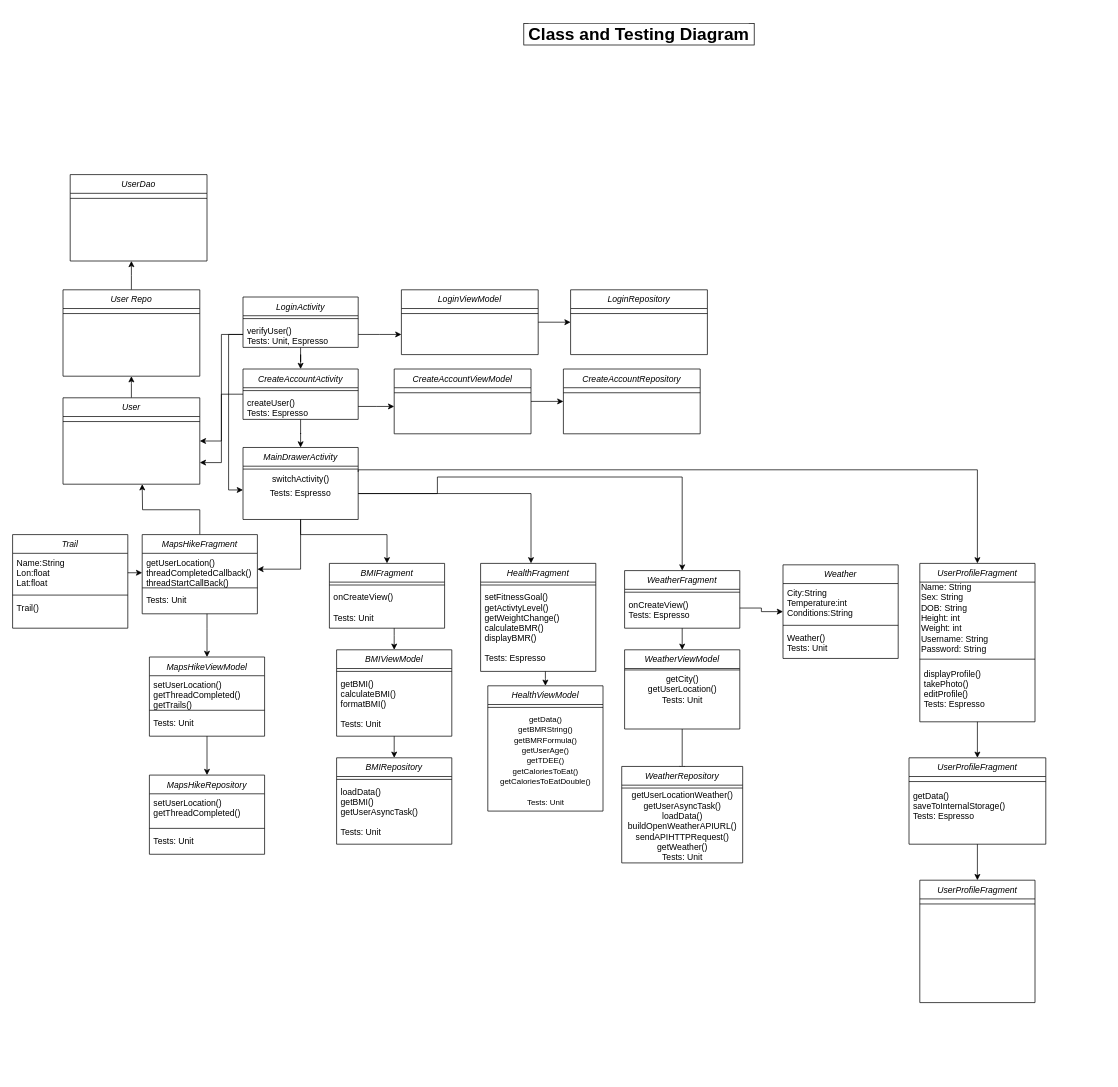
Earlier version of the draw.io diagram page "Page-1" (1 of 2) of ClassDiagrams/ClassDiagramProject1.drawio (austincunliffe/AustinEvanWill). Source tidied: cells renumbered, new cells numbered last; positions are measured from the earlier drawing's top-left corner, leaving out a move shared by most shapes. Both pictures are drawn from the tidied source at 72%, with x=0, y=0 at pixel (12, 23).
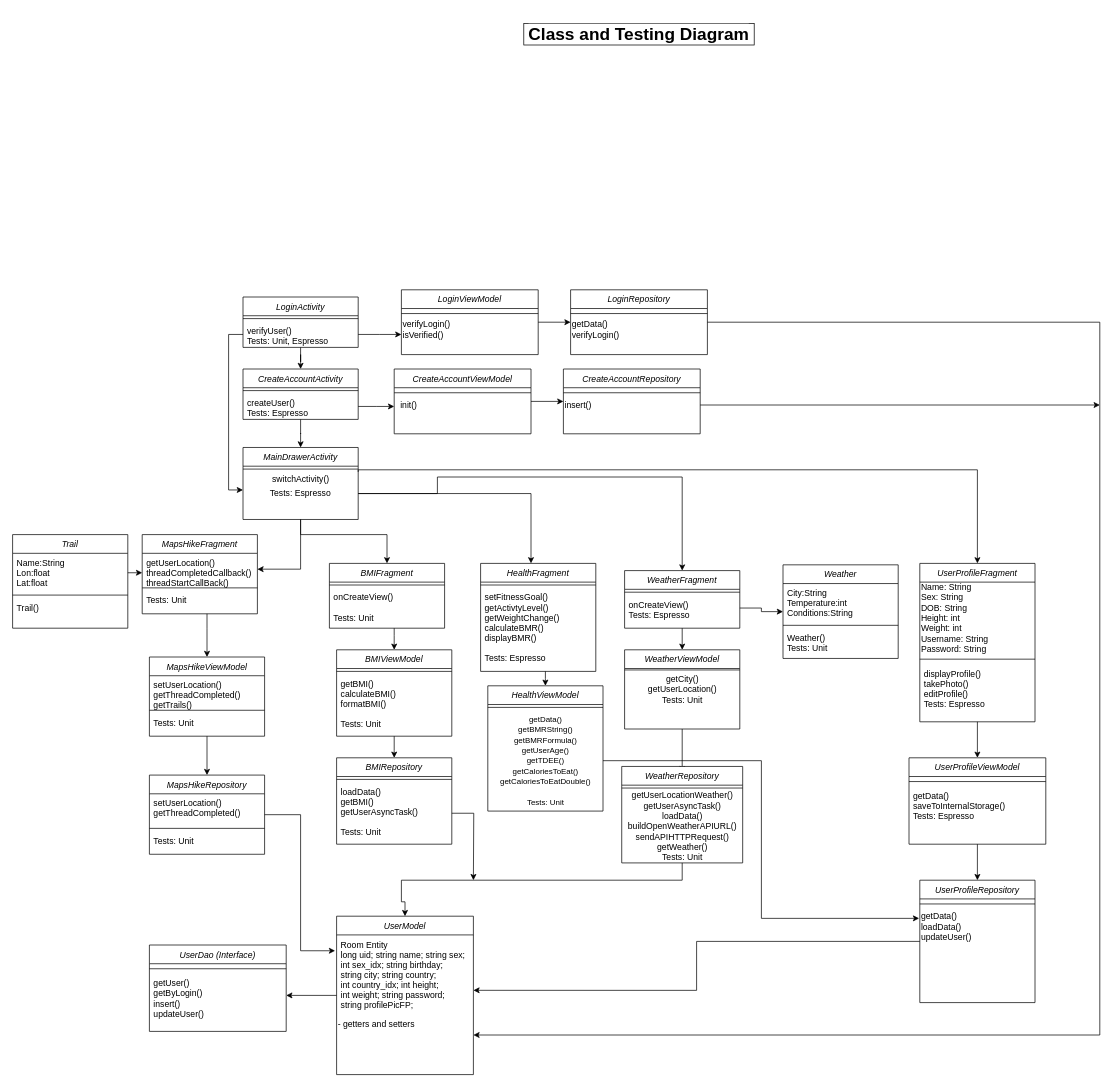
The same diagram, later.

Unchanged cells that the change refers to:
```xml
<mxCell id="18" value="verifyUser()&#10;Tests: Unit, Espresso" style="text;align=left;verticalAlign=top;spacingLeft=4;spacingRight=4;overflow=hidden;points=[[0,0.5],[1,0.5]];portConstraint=eastwest;" parent="16" vertex="1">
  <mxGeometry y="34" width="160" height="36" as="geometry" />
</mxCell>
<mxCell id="20" value="CreateAccountActivity" style="swimlane;fontStyle=2;align=center;verticalAlign=top;horizontal=1;startSize=26;rounded=0;shadow=0;strokeWidth=1;" parent="1" vertex="1">
  <mxGeometry x="320" y="480" width="160" height="70" as="geometry" />
</mxCell>
<mxCell id="28" value="MapsHikeFragment" style="swimlane;fontStyle=2;align=center;verticalAlign=top;horizontal=1;startSize=26;rounded=0;shadow=0;strokeWidth=1;" parent="1" vertex="1">
  <mxGeometry x="180" y="710" width="160" height="110" as="geometry" />
</mxCell>
<mxCell id="32" value="MapsHikeRepository" style="swimlane;fontStyle=2;align=center;verticalAlign=top;horizontal=1;startSize=26;rounded=0;shadow=0;strokeWidth=1;" parent="1" vertex="1">
  <mxGeometry x="190" y="1044" width="160" height="110" as="geometry" />
</mxCell>
<mxCell id="41" value="loadData()&#10;getBMI()&#10;getUserAsyncTask()&#10;&#10;Tests: Unit" style="text;align=left;verticalAlign=top;spacingLeft=4;spacingRight=4;overflow=hidden;points=[[0,0.5],[1,0.5]];portConstraint=eastwest;" parent="39" vertex="1">
  <mxGeometry y="34" width="160" height="86" as="geometry" />
</mxCell>
<mxCell id="68" value="getUserLocationWeather()&lt;br&gt;getUserAsyncTask()&lt;br&gt;loadData()&lt;br&gt;buildOpenWeatherAPIURL()&lt;br&gt;sendAPIHTTPRequest()&lt;br&gt;getWeather()&lt;br&gt;Tests: Unit&lt;br&gt;" style="text;html=1;align=center;verticalAlign=middle;points=[];" parent="66" vertex="1">
  <mxGeometry y="34" width="168" height="100" as="geometry" />
</mxCell>
<mxCell id="87" value="LoginViewModel" style="swimlane;fontStyle=2;align=center;verticalAlign=top;horizontal=1;startSize=26;rounded=0;shadow=0;strokeWidth=1;" parent="1" vertex="1">
  <mxGeometry x="540" y="370" width="190" height="90" as="geometry" />
</mxCell>
<mxCell id="89" value="LoginRepository" style="swimlane;fontStyle=2;align=center;verticalAlign=top;horizontal=1;startSize=26;rounded=0;shadow=0;strokeWidth=1;" parent="1" vertex="1">
  <mxGeometry x="775" y="370" width="190" height="90" as="geometry" />
</mxCell>
<mxCell id="94" value="CreateAccountRepository" style="swimlane;fontStyle=2;align=center;verticalAlign=top;horizontal=1;startSize=26;rounded=0;shadow=0;strokeWidth=1;" parent="1" vertex="1">
  <mxGeometry x="765" y="480" width="190" height="90" as="geometry" />
</mxCell>
<mxCell id="107" value="&lt;font style=&quot;font-size: 11px&quot;&gt;&lt;span style=&quot;text-align: left&quot;&gt;getData()&lt;/span&gt;&lt;br style=&quot;padding: 0px ; margin: 0px ; text-align: left&quot;&gt;&lt;span style=&quot;text-align: left&quot;&gt;getBMRString()&lt;/span&gt;&lt;br style=&quot;padding: 0px ; margin: 0px ; text-align: left&quot;&gt;&lt;span style=&quot;text-align: left&quot;&gt;getBMRFormula()&lt;br&gt;&lt;/span&gt;getUserAge()&lt;br&gt;getTDEE()&lt;br&gt;getCaloriesToEat()&lt;br&gt;getCaloriesToEatDouble()&lt;br style=&quot;padding: 0px ; margin: 0px ; text-align: left&quot;&gt;&lt;br style=&quot;padding: 0px ; margin: 0px ; text-align: left&quot;&gt;&lt;span style=&quot;text-align: left&quot;&gt;Tests: Unit&lt;/span&gt;&lt;/font&gt;" style="text;html=1;align=center;verticalAlign=middle;points=[];" parent="105" vertex="1">
  <mxGeometry y="34" width="160" height="140" as="geometry" />
</mxCell>
```

The edit, as a diff of the source:
```diff
@@
-    <mxCell id="19" style="edgeStyle=orthogonalEdgeStyle;rounded=0;jettySize=auto;html=1;entryX=1;entryY=0.75;entryDx=0;entryDy=0;" parent="1" edge="1" source="20" target="58">
-      <mxGeometry relative="1" as="geometry" />
-    </mxCell>
@@
-    <mxCell id="27" style="edgeStyle=orthogonalEdgeStyle;rounded=0;jettySize=auto;html=1;" parent="1" edge="1" source="28">
-      <mxGeometry relative="1" as="geometry">
-        <mxPoint x="180" y="640" as="targetPoint" />
-      </mxGeometry>
-    </mxCell>
@@
+    <mxCell id="108" style="edgeStyle=orthogonalEdgeStyle;rounded=0;jettySize=auto;html=1;entryX=-0.011;entryY=0.193;entryDx=0;entryDy=0;entryPerimeter=0;" parent="1" edge="1" source="32" target="118">
+      <mxGeometry relative="1" as="geometry">
+        <Array as="points">
+          <mxPoint x="400" y="1099" />
+          <mxPoint x="400" y="1288" />
+        </Array>
+      </mxGeometry>
+    </mxCell>
@@
-    <mxCell id="57" style="edgeStyle=orthogonalEdgeStyle;rounded=0;jettySize=auto;html=1;" parent="1" edge="1" source="58">
-      <mxGeometry relative="1" as="geometry">
-        <mxPoint x="165" y="490" as="targetPoint" />
-      </mxGeometry>
-    </mxCell>
-    <mxCell id="58" value="User" style="swimlane;fontStyle=2;align=center;verticalAlign=top;horizontal=1;startSize=26;rounded=0;shadow=0;strokeWidth=1;" parent="1" vertex="1">
-      <mxGeometry x="70" y="520" width="190" height="120" as="geometry" />
-    </mxCell>
-    <mxCell id="59" style="line;html=1;strokeWidth=1;align=left;verticalAlign=middle;spacingTop=-1;spacingLeft=3;spacingRight=3;labelPosition=right;" parent="58" vertex="1">
-      <mxGeometry y="26" width="190" height="14" as="geometry" />
-    </mxCell>
@@
-    <mxCell id="78" value="UserProfileFragment" style="swimlane;fontStyle=2;align=center;verticalAlign=top;horizontal=1;startSize=26;rounded=0;shadow=0;strokeWidth=1;" parent="1" vertex="1">
+    <mxCell id="78" value="UserProfileViewModel" style="swimlane;fontStyle=2;align=center;verticalAlign=top;horizontal=1;startSize=26;rounded=0;shadow=0;strokeWidth=1;" parent="1" vertex="1">
       <mxGeometry x="1245" y="1020" width="190" height="120" as="geometry" />
     </mxCell>
@@
+    <mxCell id="109" style="edgeStyle=orthogonalEdgeStyle;rounded=0;jettySize=auto;html=1;entryX=1;entryY=0.675;entryDx=0;entryDy=0;entryPerimeter=0;" parent="1" edge="1" source="81" target="118">
+      <mxGeometry relative="1" as="geometry" />
+    </mxCell>
-    <mxCell id="81" value="UserProfileFragment" style="swimlane;fontStyle=2;align=center;verticalAlign=top;horizontal=1;startSize=26;rounded=0;shadow=0;strokeWidth=1;" parent="1" vertex="1">
+    <mxCell id="81" value="UserProfileRepository" style="swimlane;fontStyle=2;align=center;verticalAlign=top;horizontal=1;startSize=26;rounded=0;shadow=0;strokeWidth=1;" parent="1" vertex="1">
       <mxGeometry x="1260" y="1190" width="160" height="170" as="geometry" />
     </mxCell>
@@
+    <mxCell id="110" value="&lt;span&gt;getData()&lt;/span&gt;&lt;br&gt;&lt;span&gt;loadData()&lt;/span&gt;&lt;br&gt;&lt;span&gt;updateUser()&lt;/span&gt;" style="text;html=1;align=left;verticalAlign=middle;points=[];" parent="81" vertex="1">
+      <mxGeometry y="40" width="160" height="50" as="geometry" />
+    </mxCell>
@@
+    <mxCell id="111" value="verifyLogin()&lt;br&gt;isVerified()" style="text;html=1;align=left;verticalAlign=middle;" parent="87" vertex="1">
+      <mxGeometry y="40" width="190" height="30" as="geometry" />
+    </mxCell>
+    <mxCell id="112" style="edgeStyle=orthogonalEdgeStyle;rounded=0;jettySize=auto;html=1;entryX=1;entryY=0.75;entryDx=0;entryDy=0;" parent="1" edge="1" source="89" target="117">
+      <mxGeometry relative="1" as="geometry">
+        <Array as="points">
+          <mxPoint x="1510" y="415" />
+          <mxPoint x="1510" y="1405" />
+        </Array>
+      </mxGeometry>
+    </mxCell>
@@
+    <mxCell id="113" value="getData()&lt;br&gt;verifyLogin()" style="text;html=1;align=left;verticalAlign=middle;" parent="89" vertex="1">
+      <mxGeometry y="40" width="190" height="30" as="geometry" />
+    </mxCell>
@@
-    <mxCell id="96" style="edgeStyle=orthogonalEdgeStyle;rounded=0;jettySize=auto;html=1;" parent="1" edge="1" source="97">
-      <mxGeometry relative="1" as="geometry">
-        <mxPoint x="165" y="330" as="targetPoint" />
-      </mxGeometry>
-    </mxCell>
-    <mxCell id="97" value="User Repo" style="swimlane;fontStyle=2;align=center;verticalAlign=top;horizontal=1;startSize=26;rounded=0;shadow=0;strokeWidth=1;" parent="1" vertex="1">
-      <mxGeometry x="70" y="370" width="190" height="120" as="geometry" />
-    </mxCell>
-    <mxCell id="98" style="line;html=1;strokeWidth=1;align=left;verticalAlign=middle;spacingTop=-1;spacingLeft=3;spacingRight=3;labelPosition=right;" parent="97" vertex="1">
-      <mxGeometry y="26" width="190" height="14" as="geometry" />
-    </mxCell>
-    <mxCell id="99" value="UserDao" style="swimlane;fontStyle=2;align=center;verticalAlign=top;horizontal=1;startSize=26;rounded=0;shadow=0;strokeWidth=1;" parent="1" vertex="1">
-      <mxGeometry x="80" y="210" width="190" height="120" as="geometry" />
-    </mxCell>
-    <mxCell id="100" style="line;html=1;strokeWidth=1;align=left;verticalAlign=middle;spacingTop=-1;spacingLeft=3;spacingRight=3;labelPosition=right;" parent="99" vertex="1">
-      <mxGeometry y="26" width="190" height="14" as="geometry" />
-    </mxCell>
-    <mxCell id="101" style="edgeStyle=orthogonalEdgeStyle;rounded=0;jettySize=auto;html=1;entryX=1;entryY=0.5;entryDx=0;entryDy=0;" parent="1" edge="1" source="18" target="58">
-      <mxGeometry relative="1" as="geometry" />
-    </mxCell>
+    <mxCell id="114" value="insert()" style="text;html=1;align=left;verticalAlign=middle;points=[];" parent="94" vertex="1">
+      <mxGeometry y="40" width="190" height="20" as="geometry" />
+    </mxCell>
@@
+    <mxCell id="99" value="UserDao (Interface)" style="swimlane;fontStyle=2;align=center;verticalAlign=top;horizontal=1;startSize=26;rounded=0;shadow=0;strokeWidth=1;" parent="1" vertex="1">
+      <mxGeometry x="190" y="1280" width="190" height="120" as="geometry" />
+    </mxCell>
+    <mxCell id="100" style="line;html=1;strokeWidth=1;align=left;verticalAlign=middle;spacingTop=-1;spacingLeft=3;spacingRight=3;labelPosition=right;" parent="99" vertex="1">
+      <mxGeometry y="26" width="190" height="14" as="geometry" />
+    </mxCell>
+    <mxCell id="115" value="getUser()&#10;getByLogin()&#10;insert()&#10;updateUser()" style="text;align=left;verticalAlign=top;spacingLeft=4;spacingRight=4;overflow=hidden;points=[[0,0.5],[1,0.5]];portConstraint=eastwest;" parent="99" vertex="1">
+      <mxGeometry y="40" width="190" height="60" as="geometry" />
+    </mxCell>
+    <mxCell id="116" style="edgeStyle=orthogonalEdgeStyle;rounded=0;jettySize=auto;html=1;entryX=1;entryY=0.5;entryDx=0;entryDy=0;" parent="1" edge="1" source="117" target="115">
+      <mxGeometry relative="1" as="geometry" />
+    </mxCell>
+    <mxCell id="117" value="UserModel" style="swimlane;fontStyle=2;align=center;verticalAlign=top;horizontal=1;startSize=26;rounded=0;shadow=0;strokeWidth=1;" parent="1" vertex="1">
+      <mxGeometry x="450" y="1240" width="190" height="220" as="geometry" />
+    </mxCell>
+    <mxCell id="118" value="Room Entity&#10;long uid; string name; string sex;&#10;int sex_idx; string birthday;&#10;string city; string country;&#10;int country_idx; int height;&#10;int weight; string password;&#10;string profilePicFP;" style="text;align=left;verticalAlign=top;spacingLeft=4;spacingRight=4;overflow=hidden;points=[[0,0.5],[1,0.5]];portConstraint=eastwest;" parent="117" vertex="1">
+      <mxGeometry y="26" width="190" height="114" as="geometry" />
+    </mxCell>
+    <mxCell id="119" value="- getters and setters" style="text;html=1;align=left;verticalAlign=middle;" parent="117" vertex="1">
+      <mxGeometry y="140" width="190" height="20" as="geometry" />
+    </mxCell>
+    <mxCell id="120" style="edgeStyle=orthogonalEdgeStyle;rounded=0;jettySize=auto;html=1;entryX=0.5;entryY=0;entryDx=0;entryDy=0;" parent="1" edge="1" source="68" target="117">
+      <mxGeometry relative="1" as="geometry">
+        <Array as="points">
+          <mxPoint x="930" y="1190" />
+          <mxPoint x="540" y="1190" />
+          <mxPoint x="540" y="1220" />
+          <mxPoint x="545" y="1220" />
+        </Array>
+      </mxGeometry>
+    </mxCell>
+    <mxCell id="121" style="edgeStyle=orthogonalEdgeStyle;rounded=0;jettySize=auto;html=1;" parent="1" edge="1" source="41">
+      <mxGeometry relative="1" as="geometry">
+        <mxPoint x="640" y="1190" as="targetPoint" />
+      </mxGeometry>
+    </mxCell>
+    <mxCell id="122" style="edgeStyle=orthogonalEdgeStyle;rounded=0;jettySize=auto;html=1;entryX=-0.006;entryY=0.26;entryDx=0;entryDy=0;entryPerimeter=0;" parent="1" edge="1" source="107" target="110">
+      <mxGeometry relative="1" as="geometry" />
+    </mxCell>
+    <mxCell id="123" value="init()" style="text;html=1;align=center;verticalAlign=middle;" parent="1" vertex="1">
+      <mxGeometry x="530" y="520" width="40" height="20" as="geometry" />
+    </mxCell>
+    <mxCell id="124" style="edgeStyle=orthogonalEdgeStyle;rounded=0;jettySize=auto;html=1;" parent="1" edge="1" source="114">
+      <mxGeometry relative="1" as="geometry">
+        <mxPoint x="1510" y="530" as="targetPoint" />
+      </mxGeometry>
+    </mxCell>
```
